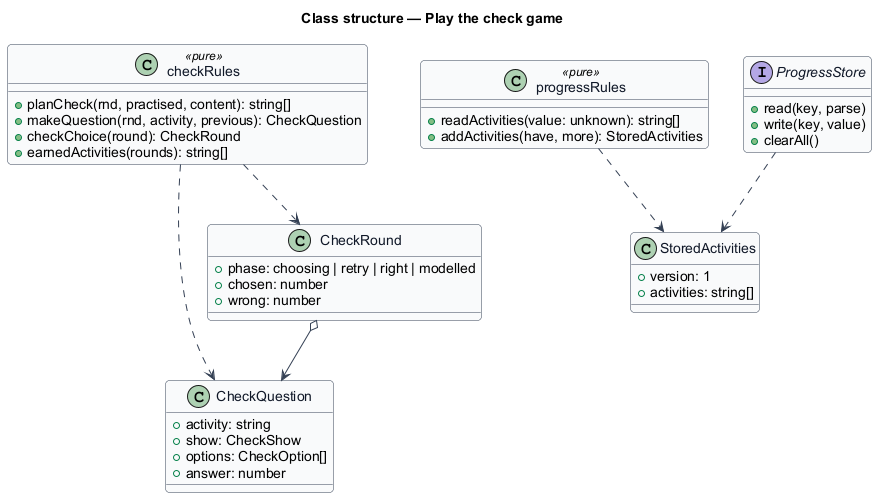
Earlier version of the PlantUML export docs/detailed-designs/lessons/check-game/diagrams/class.png (QuinntyneBrown/pibbo).
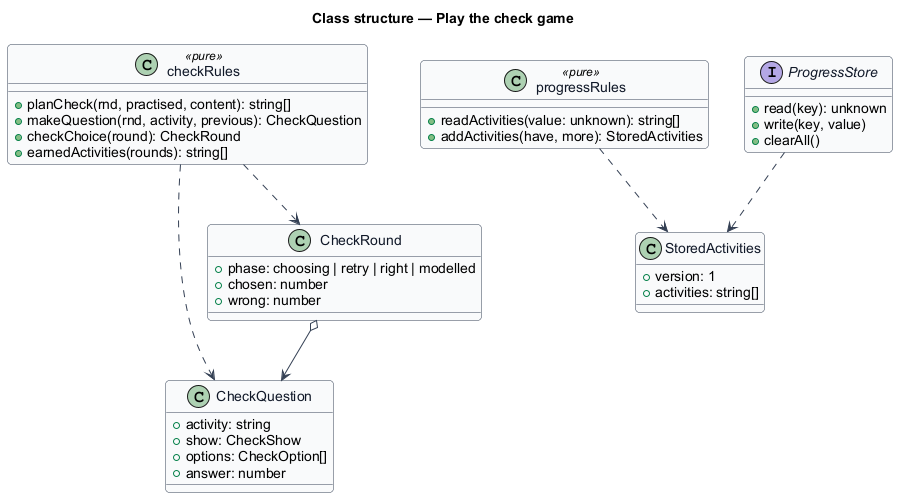
Later version of the same file.

Change to the diagram source:
```diff
@@ -37,7 +37,7 @@
   +addActivities(have, more): StoredActivities
 }
 interface ProgressStore {
-  +read(key, parse)
+  +read(key): unknown
   +write(key, value)
   +clearAll()
 }
```
